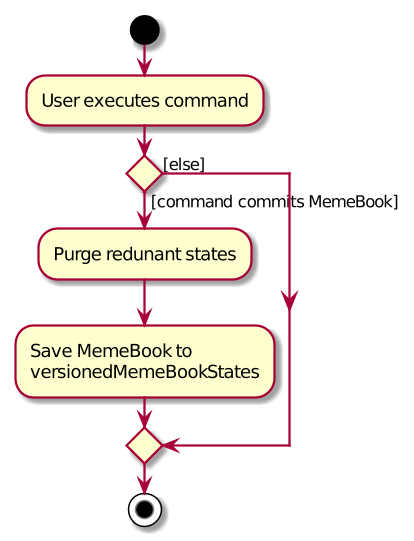
nus-cs2103-AY1920S1/addressbook-level3 keeps this PlantUML diagram as docs/images/CommitActivityDiagram.png. Above is the earlier version.
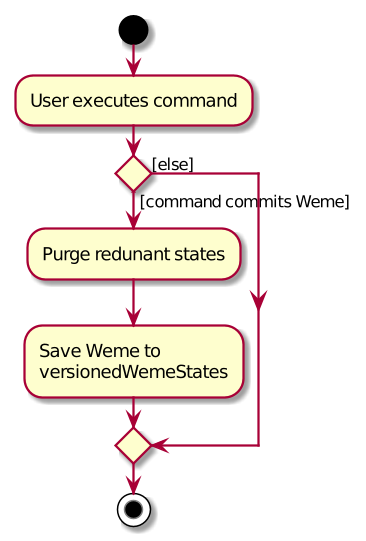
The same file after the commit.

The edit, as a diff of the source:
```diff
@@ -4,10 +4,10 @@
 :User executes command;
 
 
-if () then ([command commits MemeBook])
+if () then ([command commits Weme])
     :Purge redunant states;
-    :Save MemeBook to
-    versionedMemeBookStates;
+    :Save Weme to
+    versionedWemeStates;
 else ([else])
 endif
 stop
```
